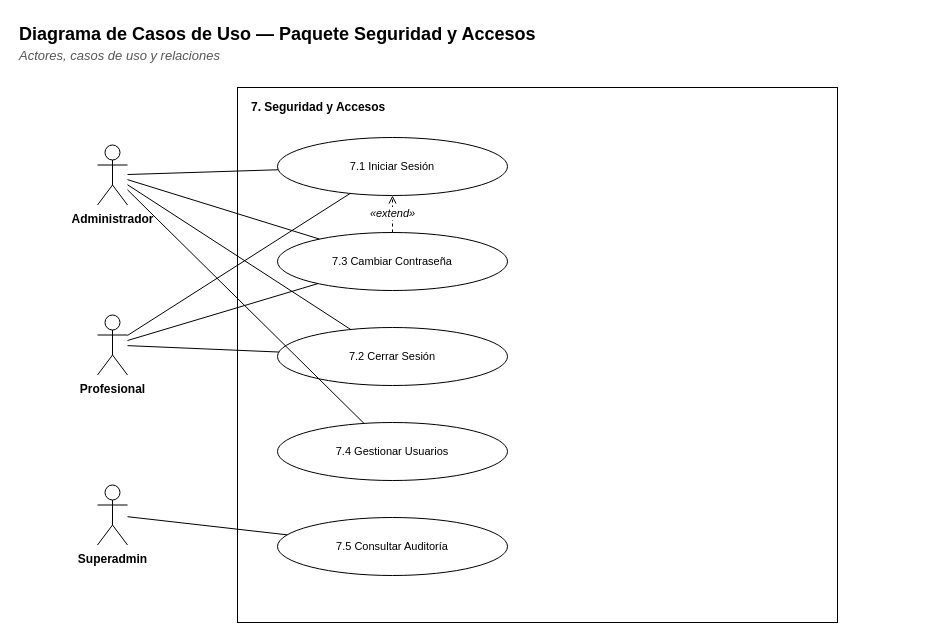
Matiglorioso/kineturnos keeps this draw.io diagram as docs/diagramas/paquete-seguridad-casos.drawio. Above is the earlier version. Source tidied: cells renumbered, new cells numbered last; positions are measured from the earlier drawing's top-left corner, leaving out a move shared by most shapes. Both pictures are drawn from the tidied source at 100%, with x=0, y=0 at pixel (17, 17).
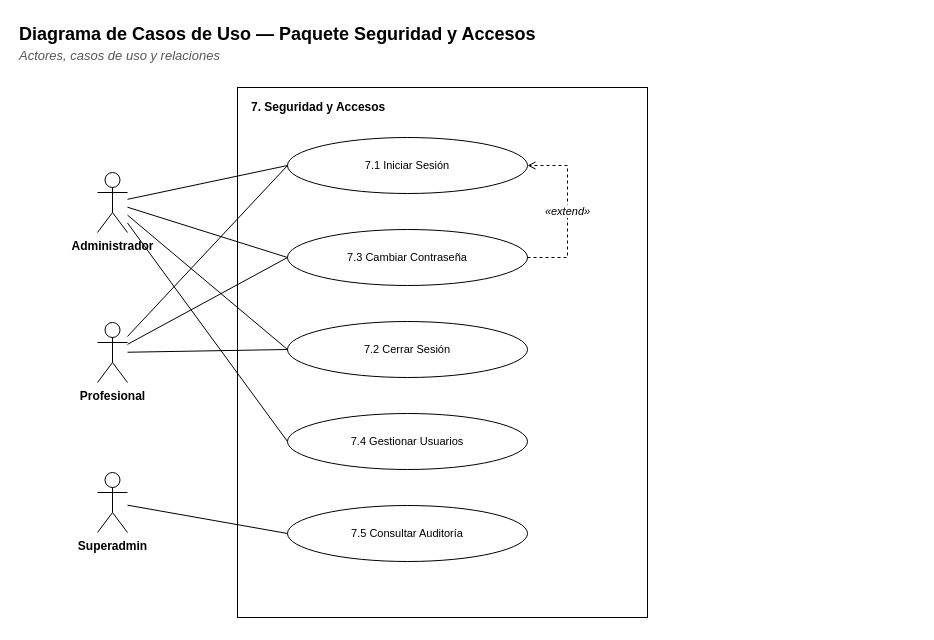
Above is the later version.

The edit, as a diff of the source:
```diff
@@
     <mxCell id="4" style="rounded=0;whiteSpace=wrap;html=1;fillColor=#FFFFFF;strokeColor=#000000;fontFamily=Helvetica;fontSize=12;verticalAlign=top;" parent="1" vertex="1">
-      <mxGeometry x="220" y="70" width="600" height="535" as="geometry" />
+      <mxGeometry x="220" y="70" width="410" height="530" as="geometry" />
     </mxCell>
     <mxCell id="5" value="&lt;b&gt;7. Seguridad y Accesos&lt;/b&gt;" style="text;html=1;strokeColor=none;fillColor=none;align=left;verticalAlign=top;whiteSpace=wrap;fontFamily=Helvetica;fontSize=12;" parent="1" vertex="1">
-      <mxGeometry x="232" y="76" width="580" height="20" as="geometry" />
+      <mxGeometry x="232" y="76" width="390" height="20" as="geometry" />
     </mxCell>
     <mxCell id="6" value="7.1 Iniciar Sesión" style="ellipse;whiteSpace=wrap;html=1;fillColor=#FFFFFF;strokeColor=#000000;fontFamily=Helvetica;fontSize=11;" parent="1" vertex="1">
-      <mxGeometry x="260" y="120" width="230" height="58" as="geometry" />
+      <mxGeometry x="270" y="120" width="240" height="56" as="geometry" />
     </mxCell>
     <mxCell id="7" value="7.3 Cambiar Contraseña" style="ellipse;whiteSpace=wrap;html=1;fillColor=#FFFFFF;strokeColor=#000000;fontFamily=Helvetica;fontSize=11;" parent="1" vertex="1">
-      <mxGeometry x="260" y="215" width="230" height="58" as="geometry" />
+      <mxGeometry x="270" y="212" width="240" height="56" as="geometry" />
     </mxCell>
     <mxCell id="8" value="7.2 Cerrar Sesión" style="ellipse;whiteSpace=wrap;html=1;fillColor=#FFFFFF;strokeColor=#000000;fontFamily=Helvetica;fontSize=11;" parent="1" vertex="1">
-      <mxGeometry x="260" y="310" width="230" height="58" as="geometry" />
+      <mxGeometry x="270" y="304" width="240" height="56" as="geometry" />
     </mxCell>
     <mxCell id="9" value="7.4 Gestionar Usuarios" style="ellipse;whiteSpace=wrap;html=1;fillColor=#FFFFFF;strokeColor=#000000;fontFamily=Helvetica;fontSize=11;" parent="1" vertex="1">
-      <mxGeometry x="260" y="405" width="230" height="58" as="geometry" />
+      <mxGeometry x="270" y="396" width="240" height="56" as="geometry" />
     </mxCell>
     <mxCell id="10" value="7.5 Consultar Auditoría" style="ellipse;whiteSpace=wrap;html=1;fillColor=#FFFFFF;strokeColor=#000000;fontFamily=Helvetica;fontSize=11;" parent="1" vertex="1">
-      <mxGeometry x="260" y="500" width="230" height="58" as="geometry" />
+      <mxGeometry x="270" y="488" width="240" height="56" as="geometry" />
     </mxCell>
     <mxCell id="11" value="Administrador" style="shape=umlActor;verticalLabelPosition=bottom;verticalAlign=top;html=1;outlineConnect=0;fillColor=#FFFFFF;strokeColor=#000000;fontFamily=Helvetica;fontSize=12;fontStyle=1;" parent="1" vertex="1">
-      <mxGeometry x="80" y="127.5" width="30" height="60" as="geometry" />
+      <mxGeometry x="80" y="155" width="30" height="60" as="geometry" />
     </mxCell>
     <mxCell id="12" value="Profesional" style="shape=umlActor;verticalLabelPosition=bottom;verticalAlign=top;html=1;outlineConnect=0;fillColor=#FFFFFF;strokeColor=#000000;fontFamily=Helvetica;fontSize=12;fontStyle=1;" parent="1" vertex="1">
-      <mxGeometry x="80" y="297.5" width="30" height="60" as="geometry" />
+      <mxGeometry x="80" y="305" width="30" height="60" as="geometry" />
     </mxCell>
     <mxCell id="13" value="Superadmin" style="shape=umlActor;verticalLabelPosition=bottom;verticalAlign=top;html=1;outlineConnect=0;fillColor=#FFFFFF;strokeColor=#000000;fontFamily=Helvetica;fontSize=12;fontStyle=1;" parent="1" vertex="1">
-      <mxGeometry x="80" y="467.5" width="30" height="60" as="geometry" />
+      <mxGeometry x="80" y="455" width="30" height="60" as="geometry" />
     </mxCell>
-    <mxCell id="14" style="edgeStyle=none;html=1;endArrow=none;endFill=0;strokeColor=#000000;fontFamily=Helvetica;fontSize=11;labelBackgroundColor=#FFFFFF;" parent="1" edge="1" source="11" target="6">
+    <mxCell id="14" style="edgeStyle=none;html=1;endArrow=none;endFill=0;strokeColor=#000000;fontFamily=Helvetica;fontSize=11;labelBackgroundColor=#FFFFFF;entryX=0;entryY=0.5;entryDx=0;entryDy=0;" parent="1" edge="1" source="11" target="6">
       <mxGeometry relative="1" as="geometry" />
     </mxCell>
-    <mxCell id="15" style="edgeStyle=none;html=1;endArrow=none;endFill=0;strokeColor=#000000;fontFamily=Helvetica;fontSize=11;labelBackgroundColor=#FFFFFF;" parent="1" edge="1" source="12" target="6">
+    <mxCell id="15" style="edgeStyle=none;html=1;endArrow=none;endFill=0;strokeColor=#000000;fontFamily=Helvetica;fontSize=11;labelBackgroundColor=#FFFFFF;entryX=0;entryY=0.5;entryDx=0;entryDy=0;" parent="1" edge="1" source="12" target="6">
       <mxGeometry relative="1" as="geometry" />
     </mxCell>
-    <mxCell id="16" style="edgeStyle=none;html=1;endArrow=none;endFill=0;strokeColor=#000000;fontFamily=Helvetica;fontSize=11;labelBackgroundColor=#FFFFFF;" parent="1" edge="1" source="11" target="8">
+    <mxCell id="16" style="edgeStyle=none;html=1;endArrow=none;endFill=0;strokeColor=#000000;fontFamily=Helvetica;fontSize=11;labelBackgroundColor=#FFFFFF;entryX=0;entryY=0.5;entryDx=0;entryDy=0;" parent="1" edge="1" source="11" target="7">
       <mxGeometry relative="1" as="geometry" />
     </mxCell>
-    <mxCell id="17" style="edgeStyle=none;html=1;endArrow=none;endFill=0;strokeColor=#000000;fontFamily=Helvetica;fontSize=11;labelBackgroundColor=#FFFFFF;" parent="1" edge="1" source="12" target="8">
+    <mxCell id="17" style="edgeStyle=none;html=1;endArrow=none;endFill=0;strokeColor=#000000;fontFamily=Helvetica;fontSize=11;labelBackgroundColor=#FFFFFF;entryX=0;entryY=0.5;entryDx=0;entryDy=0;" parent="1" edge="1" source="12" target="7">
       <mxGeometry relative="1" as="geometry" />
     </mxCell>
-    <mxCell id="18" style="edgeStyle=none;html=1;endArrow=none;endFill=0;strokeColor=#000000;fontFamily=Helvetica;fontSize=11;labelBackgroundColor=#FFFFFF;" parent="1" edge="1" source="11" target="7">
+    <mxCell id="18" style="edgeStyle=none;html=1;endArrow=none;endFill=0;strokeColor=#000000;fontFamily=Helvetica;fontSize=11;labelBackgroundColor=#FFFFFF;entryX=0;entryY=0.5;entryDx=0;entryDy=0;" parent="1" edge="1" source="11" target="8">
       <mxGeometry relative="1" as="geometry" />
     </mxCell>
-    <mxCell id="19" style="edgeStyle=none;html=1;endArrow=none;endFill=0;strokeColor=#000000;fontFamily=Helvetica;fontSize=11;labelBackgroundColor=#FFFFFF;" parent="1" edge="1" source="12" target="7">
+    <mxCell id="19" style="edgeStyle=none;html=1;endArrow=none;endFill=0;strokeColor=#000000;fontFamily=Helvetica;fontSize=11;labelBackgroundColor=#FFFFFF;entryX=0;entryY=0.5;entryDx=0;entryDy=0;" parent="1" edge="1" source="12" target="8">
       <mxGeometry relative="1" as="geometry" />
     </mxCell>
-    <mxCell id="20" style="edgeStyle=none;html=1;endArrow=none;endFill=0;strokeColor=#000000;fontFamily=Helvetica;fontSize=11;labelBackgroundColor=#FFFFFF;" parent="1" edge="1" source="11" target="9">
+    <mxCell id="20" style="edgeStyle=none;html=1;endArrow=none;endFill=0;strokeColor=#000000;fontFamily=Helvetica;fontSize=11;labelBackgroundColor=#FFFFFF;entryX=0;entryY=0.5;entryDx=0;entryDy=0;" parent="1" edge="1" source="11" target="9">
       <mxGeometry relative="1" as="geometry" />
     </mxCell>
-    <mxCell id="21" style="edgeStyle=none;html=1;endArrow=none;endFill=0;strokeColor=#000000;fontFamily=Helvetica;fontSize=11;labelBackgroundColor=#FFFFFF;" parent="1" edge="1" source="13" target="10">
+    <mxCell id="21" style="edgeStyle=none;html=1;endArrow=none;endFill=0;strokeColor=#000000;fontFamily=Helvetica;fontSize=11;labelBackgroundColor=#FFFFFF;entryX=0;entryY=0.5;entryDx=0;entryDy=0;" parent="1" edge="1" source="13" target="10">
       <mxGeometry relative="1" as="geometry" />
     </mxCell>
-    <mxCell id="22" value="«extend»" style="edgeStyle=none;html=1;endArrow=open;endFill=0;strokeColor=#000000;fontFamily=Helvetica;fontSize=11;labelBackgroundColor=#FFFFFF;dashed=1;fontStyle=2;" parent="1" edge="1" source="7" target="6">
-      <mxGeometry relative="1" as="geometry" />
+    <mxCell id="22" value="«extend»" style="edgeStyle=orthogonalEdgeStyle;rounded=0;html=1;endArrow=open;startArrow=none;endFill=0;startFill=0;strokeColor=#000000;fontFamily=Helvetica;fontSize=11;fontStyle=2;labelBackgroundColor=#FFFFFF;dashed=1;exitX=1;exitY=0.5;exitDx=0;exitDy=0;entryX=1;entryY=0.5;entryDx=0;entryDy=0;" parent="1" edge="1" source="7" target="6">
+      <mxGeometry relative="1" as="geometry">
+        <Array as="points">
+          <mxPoint x="550" y="240" />
+          <mxPoint x="550" y="148" />
+        </Array>
+      </mxGeometry>
     </mxCell>
```
